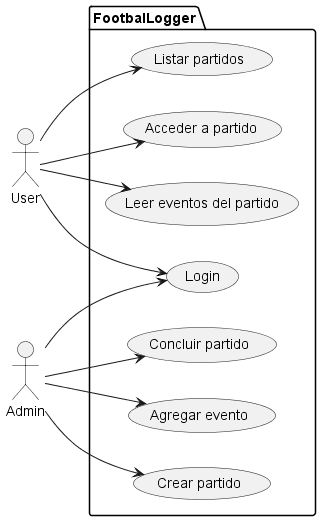
Above: actividades/002-appFutbol/ortega.manuel/images/Casos de uso football.png in mmasias/IdSw1-22-23 (PlantUML), before the change. Its diagram source:
```plantuml
@startuml Casos de uso football
left to right direction

package FootbalLogger {
  usecase "Login" as Login
  usecase "Acceder a partido" as AP
  usecase "Leer eventos del partido" as REP
  usecase "Listar partidos" as LP

  usecase "Agregar evento" as CE
  usecase "Crear partido" as CP
  usecase "Concluir partido" as CLP
}

User --> (Login)
User --> (AP)
User --> (REP)
User --> (LP)

Admin --> (Login)
Admin --> (CE)
Admin --> (CP)
Admin --> (CLP)
@enduml
```
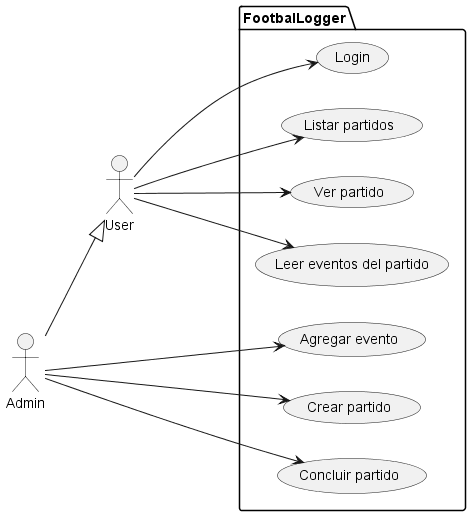
Above is the later version.

What changed in the source:
```diff
@@ -3,22 +3,23 @@
 
 package FootbalLogger {
   usecase "Login" as Login
-  usecase "Acceder a partido" as AP
+  usecase "Listar partidos" as LP
+  usecase "Ver partido" as AP
   usecase "Leer eventos del partido" as REP
-  usecase "Listar partidos" as LP
 
   usecase "Agregar evento" as CE
   usecase "Crear partido" as CP
   usecase "Concluir partido" as CLP
 }
 
-User --> (Login)
-User --> (AP)
-User --> (REP)
-User --> (LP)
+User <|-u- Admin
 
-Admin --> (Login)
-Admin --> (CE)
-Admin --> (CP)
-Admin --> (CLP)
+User ---> (Login)
+User ---> (AP)
+User ---> (REP)
+User ---> (LP)
+
+Admin ---> (CE)
+Admin ---> (CP)
+Admin ---> (CLP)
 @enduml
```
